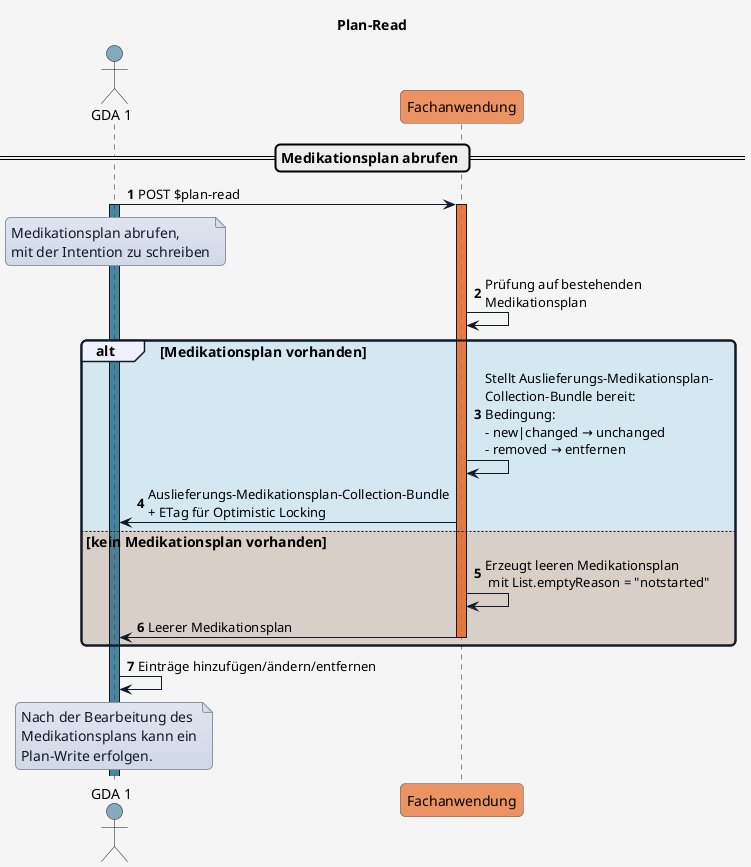
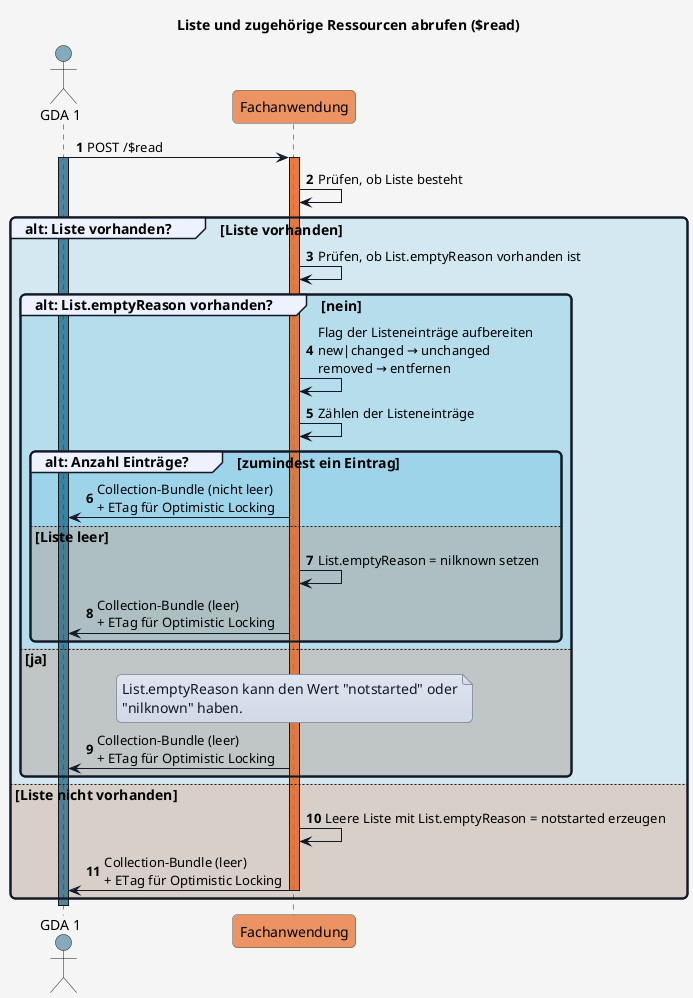
@startuml
- title Plan-Read
+ title Liste und zugehörige Ressourcen abrufen ($read)

'skinparam actorStyle awesome

skinparam borderColor #000000
skinparam backgroundColor #f5f5f5
skinparam shadowing false
skinparam roundCorner 10
skinparam defaultFontName "Arial"
skinparam defaultFontSize 14
skinparam defaultFontColor #000000
skinparam HyperlinkColor #0000EE
skinparam HyperlinkUnderline false
skinparam BoxPadding 20
skinparam BoxBorderColor #555555

skinparam note {
  BackgroundColor #e0e5f0-#d1d9e6
  BorderColor #8b95a5
  BorderThickness 1
  RoundCorner 0
  Padding 6
  FontColor #111827
  Shadowing false
}

skinparam sequence {
  ParticipantBorderColor #555555
  ParticipantBackgroundColor #ffffff
  ParticipantFontColor #000000
  ParticipantFontSize 14
  ParticipantPadding 20
  ArrowColor #111827
  ArrowThickness 1
  ArrowFontColor #000000
  ArrowFontSize 13
  GroupBorderColor #111827
  GroupBackgroundColor #eef2ff
  GroupBorderThickness 2
}

!define COLOR_GDA_1    #15608280
!define COLOR_GDA_2    #96607D80
!define COLOR_PATIENT  #196B2480
- !define COLOR_APO      #0F9ED590
- !define COLOR_ELGA_FA  #e97232bd
- !define COLOR_E_REZEPT #cd3732a9
+ !define COLOR_FA  #e97232bd

!define COLOR_OK       #0F9ED525
!define COLOR_ERROR    #E9713235

actor GDA_1 as "GDA 1" COLOR_GDA_1
- participant elga_FA as "Fachanwendung" COLOR_ELGA_FA
- 
+ participant FA as "Fachanwendung" COLOR_FA

autonumber

- == Medikationsplan abrufen ==
+ GDA_1 -> FA: POST /$read
+ activate GDA_1 COLOR_GDA_1
+ activate FA COLOR_FA

- GDA_1 -> elga_FA: POST $plan-read
- activate GDA_1 COLOR_GDA_1
+ FA -> FA: Prüfen, ob Liste besteht

- note over GDA_1
- Medikationsplan abrufen,
- mit der Intention zu schreiben
- end note
+ group COLOR_OK alt: Liste vorhanden? [Liste vorhanden]

- activate elga_FA COLOR_ELGA_FA
- elga_FA -> elga_FA: Prüfung auf bestehenden\nMedikationsplan
+   FA -> FA: Prüfen, ob List.emptyReason vorhanden ist

- alt COLOR_OK Medikationsplan vorhanden
-   elga_FA -> elga_FA: Stellt Auslieferungs-Medikationsplan-\nCollection-Bundle bereit:\nBedingung:\n- new|changed → unchanged\n- removed → entfernen
-   elga_FA -> GDA_1: Auslieferungs-Medikationsplan-Collection-Bundle\n+ ETag für Optimistic Locking
- else COLOR_ERROR kein Medikationsplan vorhanden
-   elga_FA -> elga_FA: Erzeugt leeren Medikationsplan\n mit List.emptyReason = "notstarted"
-   elga_FA -> GDA_1: Leerer Medikationsplan
-   deactivate elga_FA
+   group COLOR_OK alt: List.emptyReason vorhanden? [nein]
+ 
+     FA -> FA: Flag der Listeneinträge aufbereiten\nnew|changed → unchanged\nremoved → entfernen
+     FA -> FA: Zählen der Listeneinträge
+ 
+     group COLOR_OK alt: Anzahl Einträge? [zumindest ein Eintrag]
+ 
+       FA -> GDA_1: Collection-Bundle (nicht leer)\n+ ETag für Optimistic Locking
+ 
+     else COLOR_ERROR Liste leer
+ 
+       FA -> FA: List.emptyReason = nilknown setzen
+       FA -> GDA_1: Collection-Bundle (leer)\n+ ETag für Optimistic Locking
+ 
+     end
+ 
+   else COLOR_ERROR ja
+ 
+     note over FA
+       List.emptyReason kann den Wert "notstarted" oder
+       "nilknown" haben.
+     end note
+     FA -> GDA_1: Collection-Bundle (leer)\n+ ETag für Optimistic Locking
+ 
+   end
+ else COLOR_ERROR Liste nicht vorhanden
+ 
+   FA -> FA: Leere Liste mit List.emptyReason = notstarted erzeugen
+   FA -> GDA_1: Collection-Bundle (leer)\n+ ETag für Optimistic Locking
+   deactivate FA
+ 
end

- GDA_1 -> GDA_1: Einträge hinzufügen/ändern/entfernen
+ deactivate GDA_1

- note over GDA_1
- Nach der Bearbeitung des
- Medikationsplans kann ein
- Plan-Write erfolgen.
- end note
+ 
+ 

@enduml